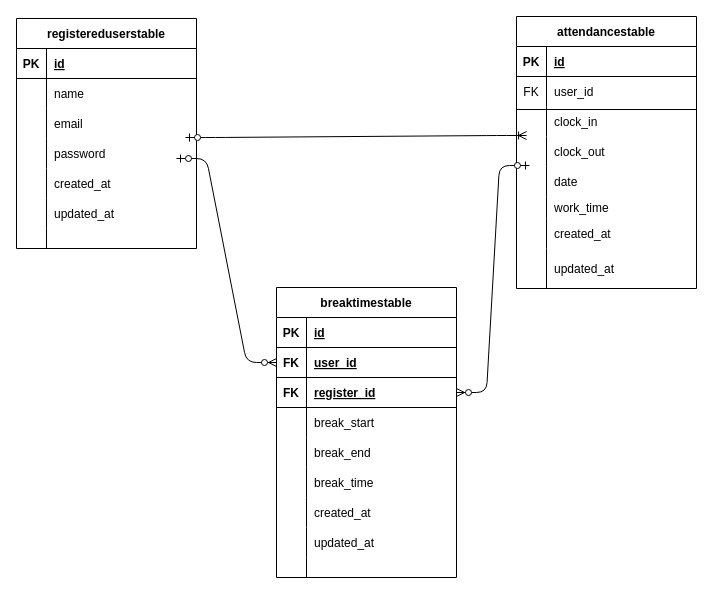
Above: ER.drawio in Otsumu/timetrack (draw.io), before the change. Source tidied: cells renumbered, new cells numbered last; positions are measured from the earlier drawing's top-left corner, leaving out a move shared by most shapes. Both pictures are drawn from the tidied source at 100%, with x=0, y=0 at pixel (16, 16).
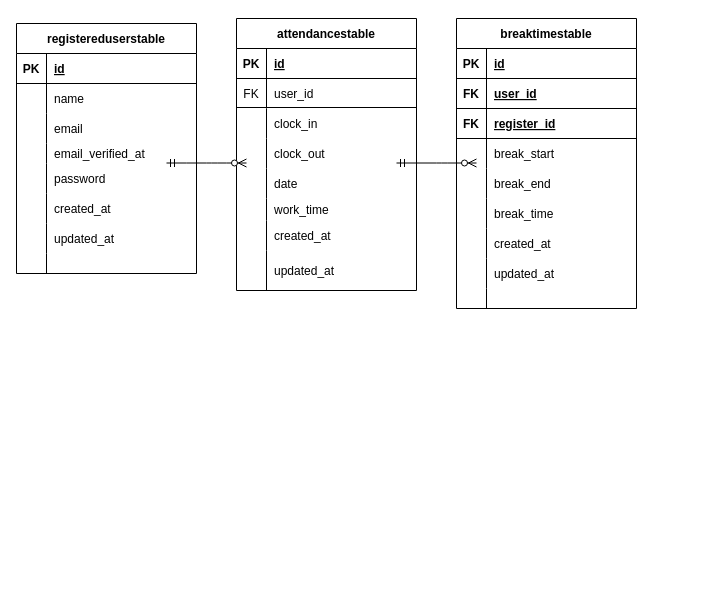
The same diagram, later.

The change refers to these unchanged cells:
```xml
<mxCell id="9" style="shape=tableRow;horizontal=0;startSize=0;swimlaneHead=0;swimlaneBody=0;fillColor=none;points=[[0,0.5],[1,0.5]];portConstraint=eastwest;top=0;left=0;right=0;bottom=0;" parent="2" vertex="1">
  <mxGeometry y="90" width="180" height="30" as="geometry" />
</mxCell>
<mxCell id="34" style="shape=tableRow;horizontal=0;startSize=0;swimlaneHead=0;swimlaneBody=0;fillColor=none;points=[[0,0.5],[1,0.5]];portConstraint=eastwest;top=0;left=0;right=0;bottom=0;" parent="24" vertex="1">
  <mxGeometry y="120" width="180" height="30" as="geometry" />
</mxCell>
<mxCell id="37" style="shape=tableRow;horizontal=0;startSize=0;swimlaneHead=0;swimlaneBody=0;fillColor=none;points=[[0,0.5],[1,0.5]];portConstraint=eastwest;top=0;left=0;right=0;bottom=0;" parent="24" vertex="1">
  <mxGeometry y="150" width="180" height="30" as="geometry" />
</mxCell>
<mxCell id="55" style="shape=tableRow;horizontal=0;startSize=0;swimlaneHead=0;swimlaneBody=0;fillColor=none;points=[[0,0.5],[1,0.5]];portConstraint=eastwest;top=0;left=0;right=0;bottom=1;" parent="51" vertex="1">
  <mxGeometry y="60" width="180" height="30" as="geometry" />
</mxCell>
<mxCell id="58" style="shape=tableRow;horizontal=0;startSize=0;swimlaneHead=0;swimlaneBody=0;fillColor=none;points=[[0,0.5],[1,0.5]];portConstraint=eastwest;top=0;left=0;right=0;bottom=1;" parent="51" vertex="1">
  <mxGeometry y="90" width="180" height="30" as="geometry" />
</mxCell>
```

Change to the diagram source:
```diff
@@
     <mxCell id="2" value="registereduserstable" style="shape=table;startSize=30;childLayout=tableLayout;rowLines=0;fontStyle=1;align=center;" parent="1" vertex="1">
-      <mxGeometry y="2" width="180" height="230" as="geometry" />
+      <mxGeometry y="7" width="180" height="250" as="geometry" />
     </mxCell>
@@
+    <mxCell id="21" style="shape=tableRow;horizontal=0;startSize=0;swimlaneHead=0;swimlaneBody=0;fillColor=none;top=0;left=0;right=0;bottom=0;" parent="2" vertex="1">
+      <mxGeometry y="120" width="180" height="20" as="geometry" />
+    </mxCell>
+    <mxCell id="22" style="shape=partialRectangle;fillColor=none;top=0;left=0;bottom=0;right=0;overflow=hidden;" parent="21" vertex="1">
+      <mxGeometry width="30" height="20" as="geometry" />
+    </mxCell>
+    <mxCell id="23" value="email_verified_at" style="shape=partialRectangle;fillColor=none;top=0;left=0;bottom=0;right=0;align=left;spacingLeft=6;overflow=hidden;" parent="21" vertex="1">
+      <mxGeometry x="30" width="150" height="20" as="geometry" />
+    </mxCell>
     <mxCell id="12" style="shape=tableRow;horizontal=0;startSize=0;swimlaneHead=0;swimlaneBody=0;fillColor=none;top=0;left=0;right=0;bottom=0;" parent="2" vertex="1">
-      <mxGeometry y="120" width="180" height="30" as="geometry" />
+      <mxGeometry y="140" width="180" height="30" as="geometry" />
     </mxCell>
@@
     <mxCell id="15" style="shape=tableRow;horizontal=0;startSize=0;swimlaneHead=0;swimlaneBody=0;fillColor=none;top=0;left=0;right=0;bottom=0;" parent="2" vertex="1">
-      <mxGeometry y="150" width="180" height="30" as="geometry" />
+      <mxGeometry y="170" width="180" height="30" as="geometry" />
     </mxCell>
@@
     <mxCell id="18" style="shape=tableRow;horizontal=0;startSize=0;swimlaneHead=0;swimlaneBody=0;fillColor=none;top=0;left=0;right=0;bottom=0;" parent="2" vertex="1">
-      <mxGeometry y="180" width="180" height="30" as="geometry" />
+      <mxGeometry y="200" width="180" height="30" as="geometry" />
     </mxCell>
@@
-    <mxCell id="21" style="shape=tableRow;horizontal=0;startSize=0;swimlaneHead=0;swimlaneBody=0;fillColor=none;top=0;left=0;right=0;bottom=0;" parent="2" vertex="1">
-      <mxGeometry y="210" width="180" height="20" as="geometry" />
-    </mxCell>
-    <mxCell id="22" style="shape=partialRectangle;fillColor=none;top=0;left=0;bottom=0;right=0;overflow=hidden;" parent="21" vertex="1">
-      <mxGeometry width="30" height="20" as="geometry" />
-    </mxCell>
-    <mxCell id="23" style="shape=partialRectangle;fillColor=none;top=0;left=0;bottom=0;right=0;align=left;spacingLeft=6;overflow=hidden;" parent="21" vertex="1">
-      <mxGeometry x="30" width="150" height="20" as="geometry" />
-    </mxCell>
+    <mxCell id="81" style="shape=tableRow;horizontal=0;startSize=0;swimlaneHead=0;swimlaneBody=0;fillColor=none;top=0;left=0;right=0;bottom=0;" parent="2" vertex="1">
+      <mxGeometry y="230" width="180" height="20" as="geometry" />
+    </mxCell>
+    <mxCell id="82" style="shape=partialRectangle;fillColor=none;top=0;left=0;bottom=0;right=0;overflow=hidden;" parent="81" vertex="1">
+      <mxGeometry width="30" height="20" as="geometry" />
+    </mxCell>
+    <mxCell id="83" style="shape=partialRectangle;fillColor=none;top=0;left=0;bottom=0;right=0;align=left;spacingLeft=6;overflow=hidden;" parent="81" vertex="1">
+      <mxGeometry x="30" width="150" height="20" as="geometry" />
+    </mxCell>
     <mxCell id="24" value="attendancestable" style="shape=table;startSize=30;childLayout=tableLayout;rowLines=0;fontStyle=1;align=center;" parent="1" vertex="1">
-      <mxGeometry x="500" width="180" height="272" as="geometry" />
+      <mxGeometry x="220" y="2" width="180" height="272" as="geometry" />
     </mxCell>
@@
     <mxCell id="49" style="line;strokeWidth=1;dashed=0;labelPosition=right;align=left;verticalAlign=middle;spacingTop=0;spacingLeft=6;" parent="1" vertex="1">
-      <mxGeometry x="500" y="88" width="180" height="10" as="geometry" />
+      <mxGeometry x="220" y="86" width="180" height="10" as="geometry" />
     </mxCell>
-    <mxCell id="50" style="edgeStyle=entityRelationEdgeStyle;fontSize=12;html=1;endArrow=ERoneToMany;startArrow=ERzeroToOne;entryX=0.056;entryY=-0.033;entryDx=0;entryDy=0;entryPerimeter=0;exitX=0.939;exitY=0.967;exitDx=0;exitDy=0;exitPerimeter=0;" parent="1" edge="1" source="9" target="34">
-      <mxGeometry relative="1" as="geometry" />
-    </mxCell>
     <mxCell id="51" value="breaktimestable" style="shape=table;startSize=30;childLayout=tableLayout;rowLines=0;fontStyle=1;align=center;" parent="1" vertex="1">
-      <mxGeometry x="260" y="271" width="180" height="290" as="geometry" />
+      <mxGeometry x="440" y="2" width="180" height="290" as="geometry" />
     </mxCell>
@@
-    <mxCell id="79" style="edgeStyle=entityRelationEdgeStyle;fontSize=12;html=1;endArrow=ERzeroToMany;startArrow=ERzeroToOne;entryX=0;entryY=0.5;entryDx=0;entryDy=0;" parent="1" edge="1" target="55">
-      <mxGeometry relative="1" as="geometry">
-        <mxPoint x="160" y="142" as="sourcePoint" />
-      </mxGeometry>
-    </mxCell>
-    <mxCell id="80" style="edgeStyle=entityRelationEdgeStyle;fontSize=12;html=1;endArrow=ERzeroToMany;startArrow=ERzeroToOne;exitX=0.072;exitY=-0.033;exitDx=0;exitDy=0;exitPerimeter=0;" parent="1" edge="1" source="37" target="58">
-      <mxGeometry relative="1" as="geometry" />
-    </mxCell>
+    <mxCell id="84" style="edgeStyle=entityRelationEdgeStyle;fontSize=12;html=1;endArrow=ERzeroToMany;startArrow=ERmandOne;" parent="1" edge="1">
+      <mxGeometry relative="1" as="geometry">
+        <mxPoint x="150" y="146.5" as="sourcePoint" />
+        <mxPoint x="230" y="146.5" as="targetPoint" />
+      </mxGeometry>
+    </mxCell>
+    <mxCell id="85" style="edgeStyle=entityRelationEdgeStyle;fontSize=12;html=1;endArrow=ERzeroToMany;startArrow=ERmandOne;" parent="1" edge="1">
+      <mxGeometry relative="1" as="geometry">
+        <mxPoint x="380" y="146.5" as="sourcePoint" />
+        <mxPoint x="460" y="146.5" as="targetPoint" />
+      </mxGeometry>
+    </mxCell>
```
